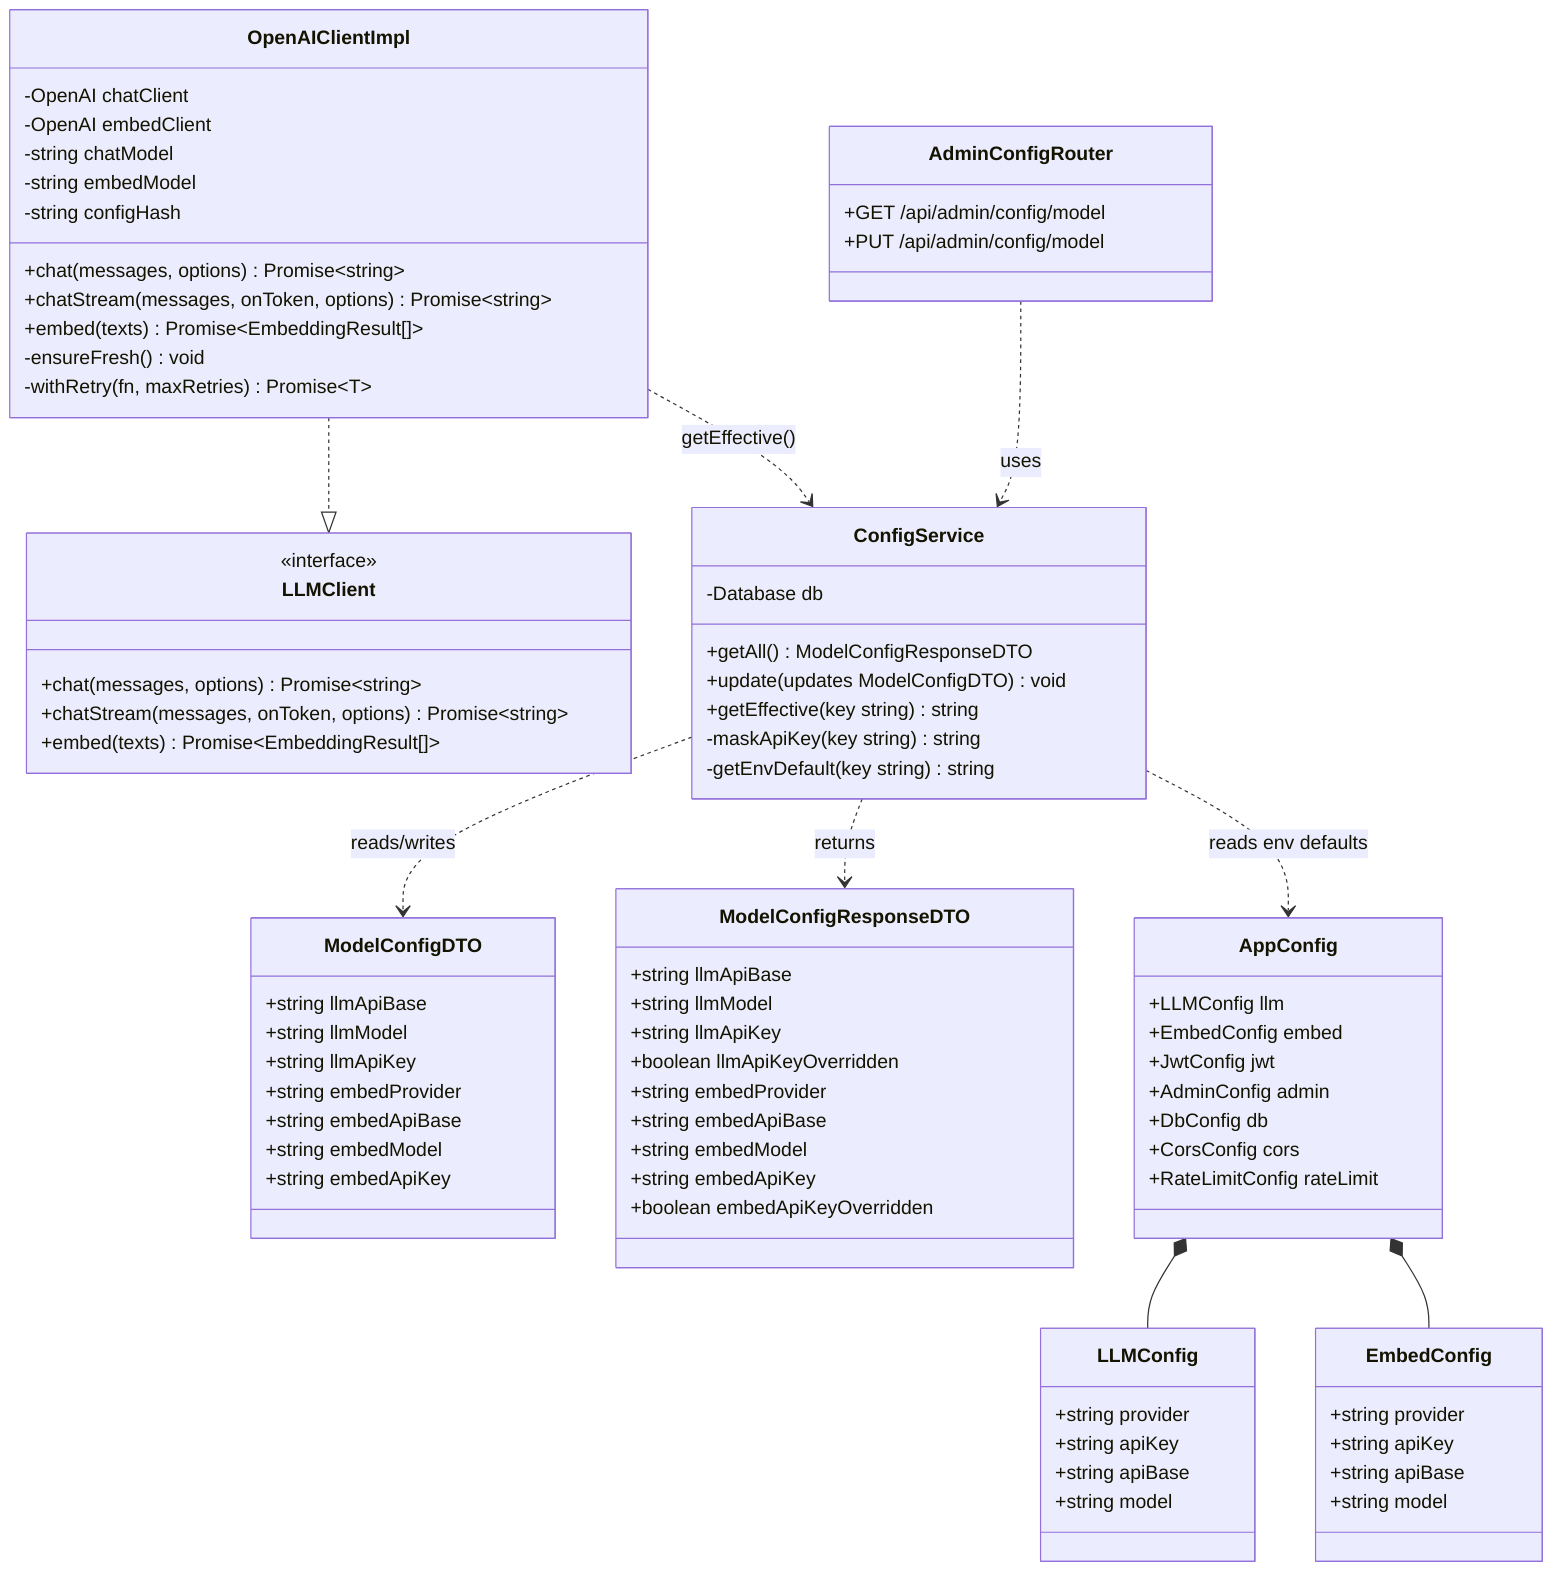
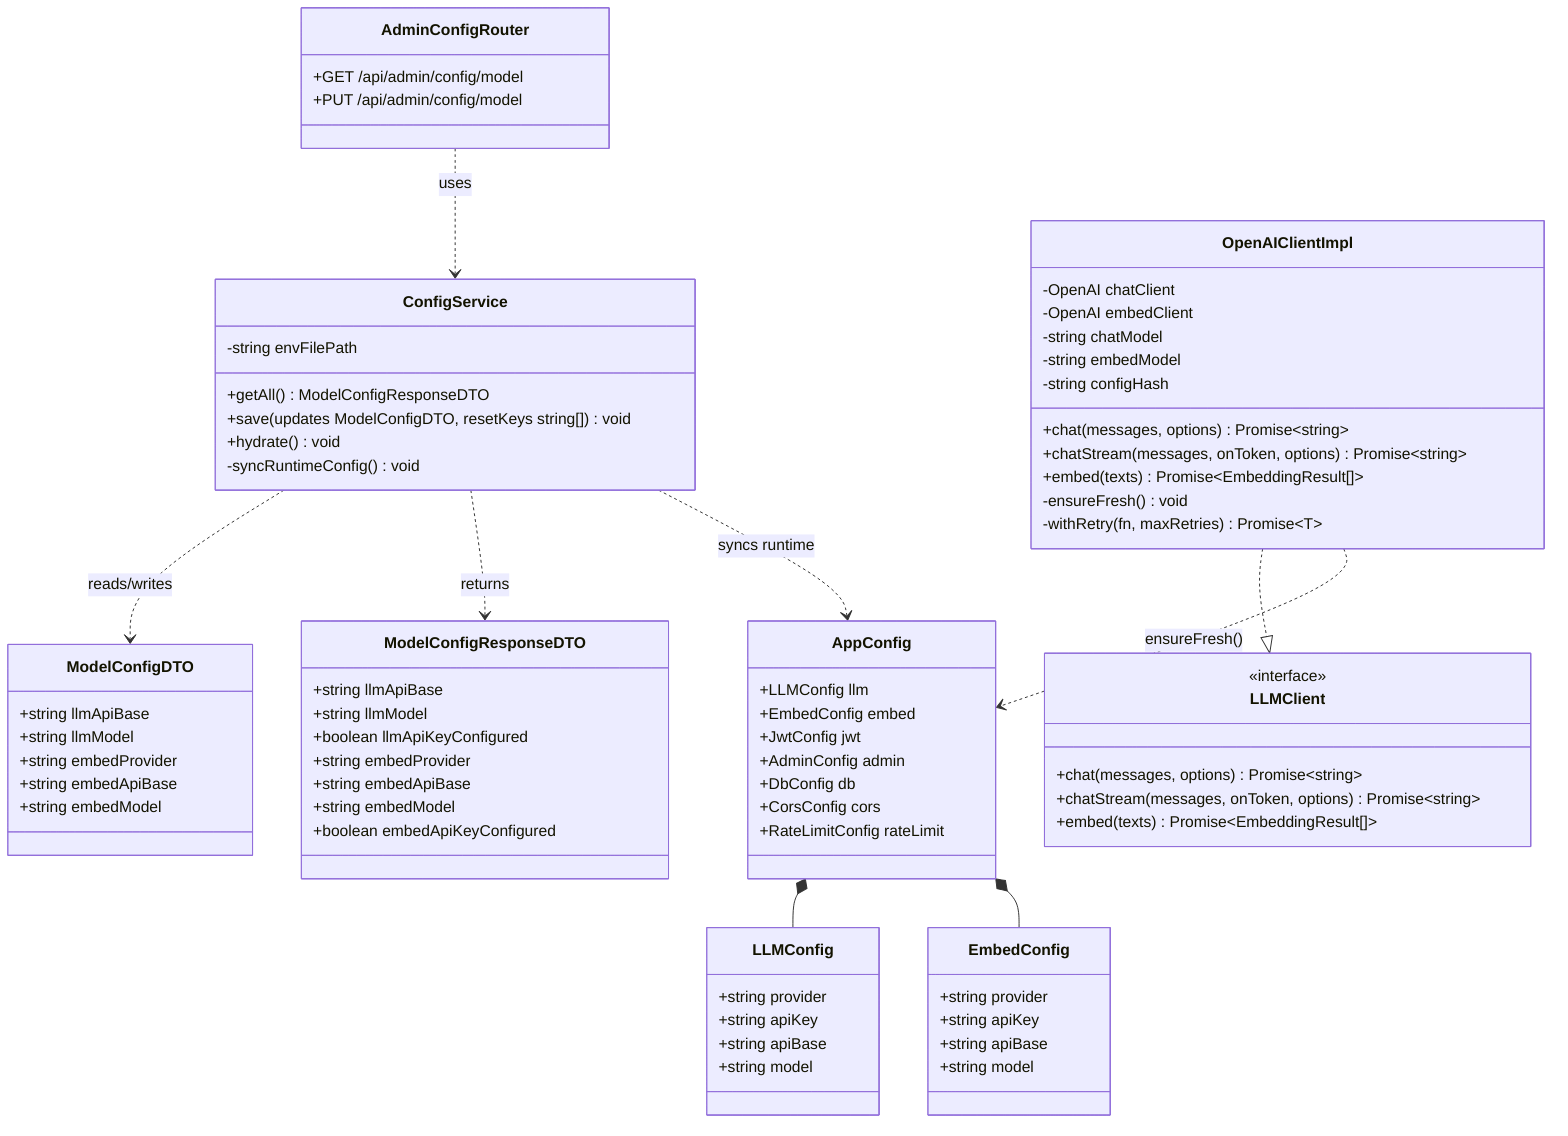
classDiagram
    %% ── Config Interfaces ──
    class LLMConfig {
        +string provider
        +string apiKey
        +string apiBase
        +string model
    }

    class EmbedConfig {
        +string provider
        +string apiKey
        +string apiBase
        +string model
    }

    class AppConfig {
        +LLMConfig llm
        +EmbedConfig embed
        +JwtConfig jwt
        +AdminConfig admin
        +DbConfig db
        +CorsConfig cors
        +RateLimitConfig rateLimit
    }

    %% ── DTO ──
    class ModelConfigDTO {
        +string llmApiBase
        +string llmModel
-         +string llmApiKey
        +string embedProvider
        +string embedApiBase
        +string embedModel
-         +string embedApiKey
    }

    class ModelConfigResponseDTO {
        +string llmApiBase
        +string llmModel
-         +string llmApiKey
-         +boolean llmApiKeyOverridden
+         +boolean llmApiKeyConfigured
        +string embedProvider
        +string embedApiBase
        +string embedModel
-         +string embedApiKey
-         +boolean embedApiKeyOverridden
+         +boolean embedApiKeyConfigured
    }

    %% ── Service ──
    class ConfigService {
-         -Database db
+         -string envFilePath
        +getAll() ModelConfigResponseDTO
-         +update(updates ModelConfigDTO) void
-         +getEffective(key string) string
-         -maskApiKey(key string) string
-         -getEnvDefault(key string) string
+         +save(updates ModelConfigDTO, resetKeys string[]) void
+         +hydrate() void
+         -syncRuntimeConfig() void
    }

    %% ── LLM Client ──
    class OpenAIClientImpl {
        -OpenAI chatClient
        -OpenAI embedClient
        -string chatModel
        -string embedModel
        -string configHash
        +chat(messages, options) Promise~string~
        +chatStream(messages, onToken, options) Promise~string~
        +embed(texts) Promise~EmbeddingResult[]~
        -ensureFresh() void
        -withRetry(fn, maxRetries) Promise~T~
    }

    class LLMClient {
        <<interface>>
        +chat(messages, options) Promise~string~
        +chatStream(messages, onToken, options) Promise~string~
        +embed(texts) Promise~EmbeddingResult[]~
    }

    %% ── Router ──
    class AdminConfigRouter {
        +GET /api/admin/config/model
        +PUT /api/admin/config/model
    }

    %% ── Relationships ──
    AppConfig *-- LLMConfig
    AppConfig *-- EmbedConfig
    ConfigService ..> ModelConfigDTO : reads/writes
    ConfigService ..> ModelConfigResponseDTO : returns
-     ConfigService ..> AppConfig : reads env defaults
+     ConfigService ..> AppConfig : syncs runtime
    OpenAIClientImpl ..|> LLMClient
-     OpenAIClientImpl ..> ConfigService : getEffective()
+     OpenAIClientImpl ..> AppConfig : ensureFresh()
    AdminConfigRouter ..> ConfigService : uses
